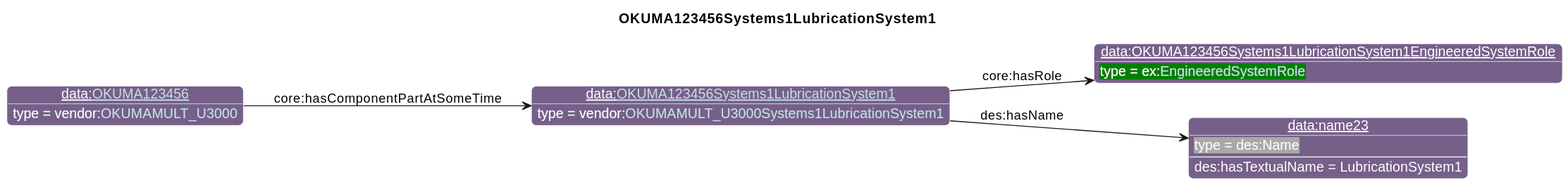
This is diagrams/OKUMA123456Systems1LubricationSystem1.svg from iofoundry/example-syseng-mtconnect, a PlantUML export, as it was before one commit.
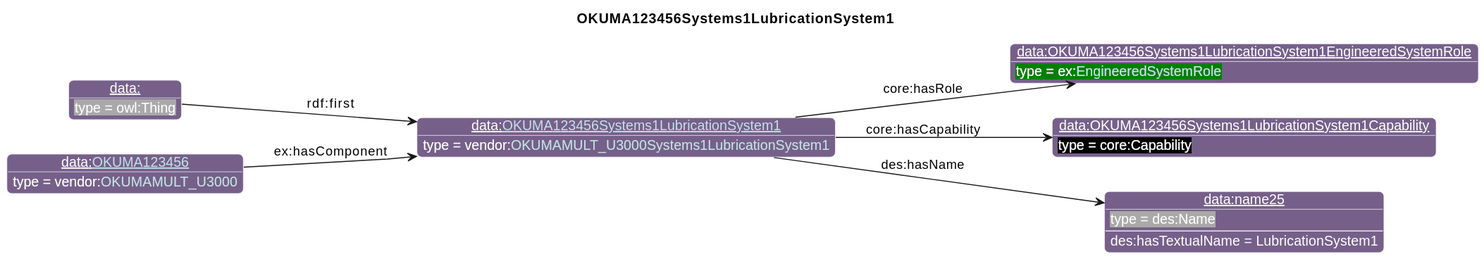
The same diagram one commit later.

What changed in the source:
```diff
@@ -27,10 +27,14 @@
       }
 individual(o0, data:[[./OKUMA123456Systems1LubricationSystem1.html OKUMA123456Systems1LubricationSystem1]], vendor:[[../OKUMA.html#OKUMAMULT_U3000Systems1LubricationSystem1 OKUMAMULT_U3000Systems1LubricationSystem1]])
 individual(o1, data:OKUMA123456Systems1LubricationSystem1EngineeredSystemRole, ex:[[../Example.html#EngineeredSystemRole EngineeredSystemRole]])
-individual(o2, data:name23, des:Name)
-individual(o3, data:[[./OKUMA123456.html OKUMA123456]], vendor:[[../OKUMA.html#OKUMAMULT_U3000 OKUMAMULT_U3000]])
+individual(o2, data:OKUMA123456Systems1LubricationSystem1Capability, core:Capability)
+individual(o3, data:name25, des:Name)
+individual(o4, data:, owl:Thing)
+individual(o5, data:[[./OKUMA123456.html OKUMA123456]], vendor:[[../OKUMA.html#OKUMAMULT_U3000 OKUMAMULT_U3000]])
 property(o0, "core:hasRole", o1)
-property(o0, "des:hasName", o2)
-data(o2, "des:hasTextualName", "LubricationSystem1")
-property(o3, "core:hasComponentPartAtSomeTime", o0)
+property(o0, "core:hasCapability", o2)
+property(o0, "des:hasName", o3)
+data(o3, "des:hasTextualName", "LubricationSystem1")
+property(o4, "rdf:first", o0)
+property(o5, "ex:hasComponent", o0)
 @enduml
```
